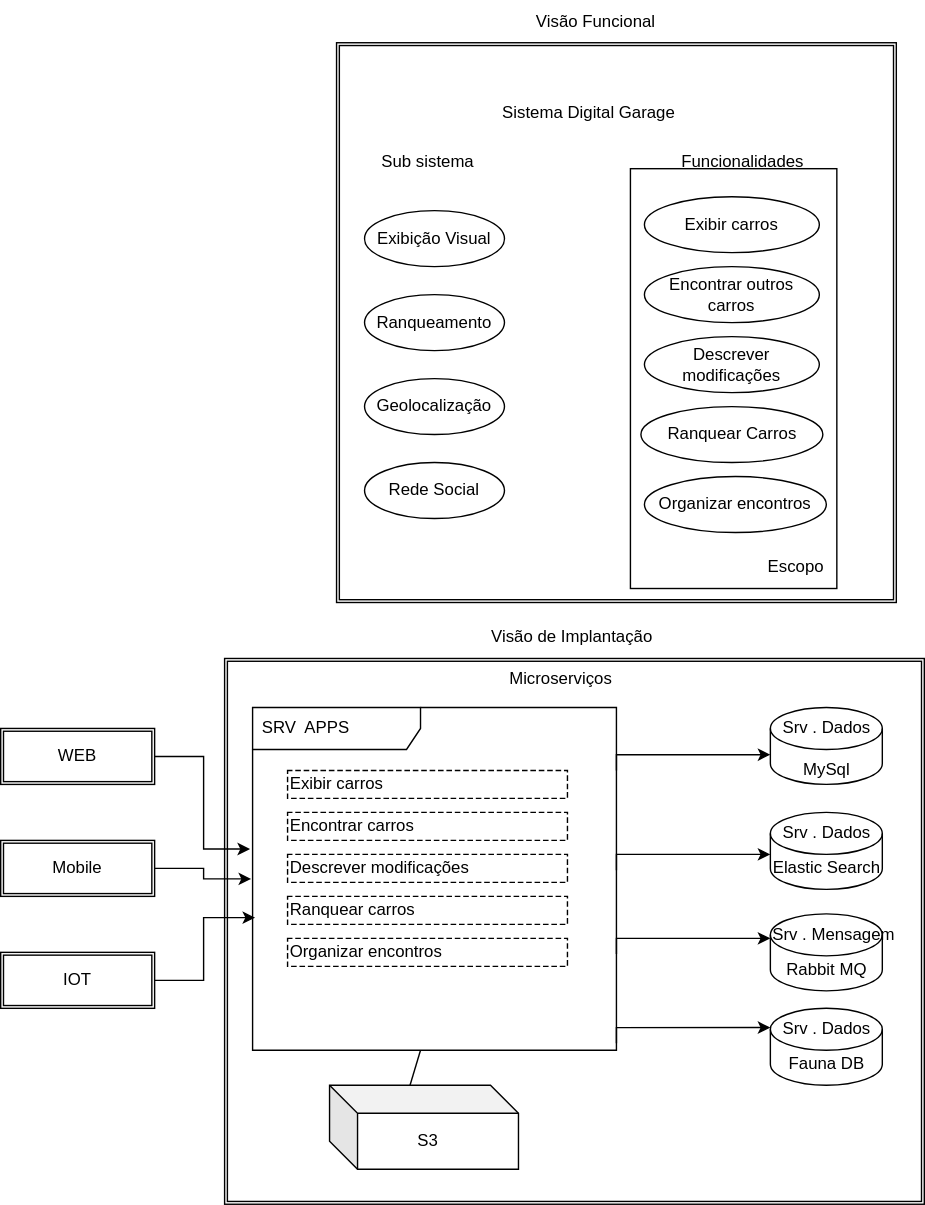
Above: Diagrama sem nome-Funcional / Implantação.drawio.svg in BrendonAlc/Arquitetura-de-Software (draw.io), before the change. Source tidied: cells renumbered, new cells last; positions are measured from the earlier drawing's top-left corner, leaving out a move shared by most shapes.
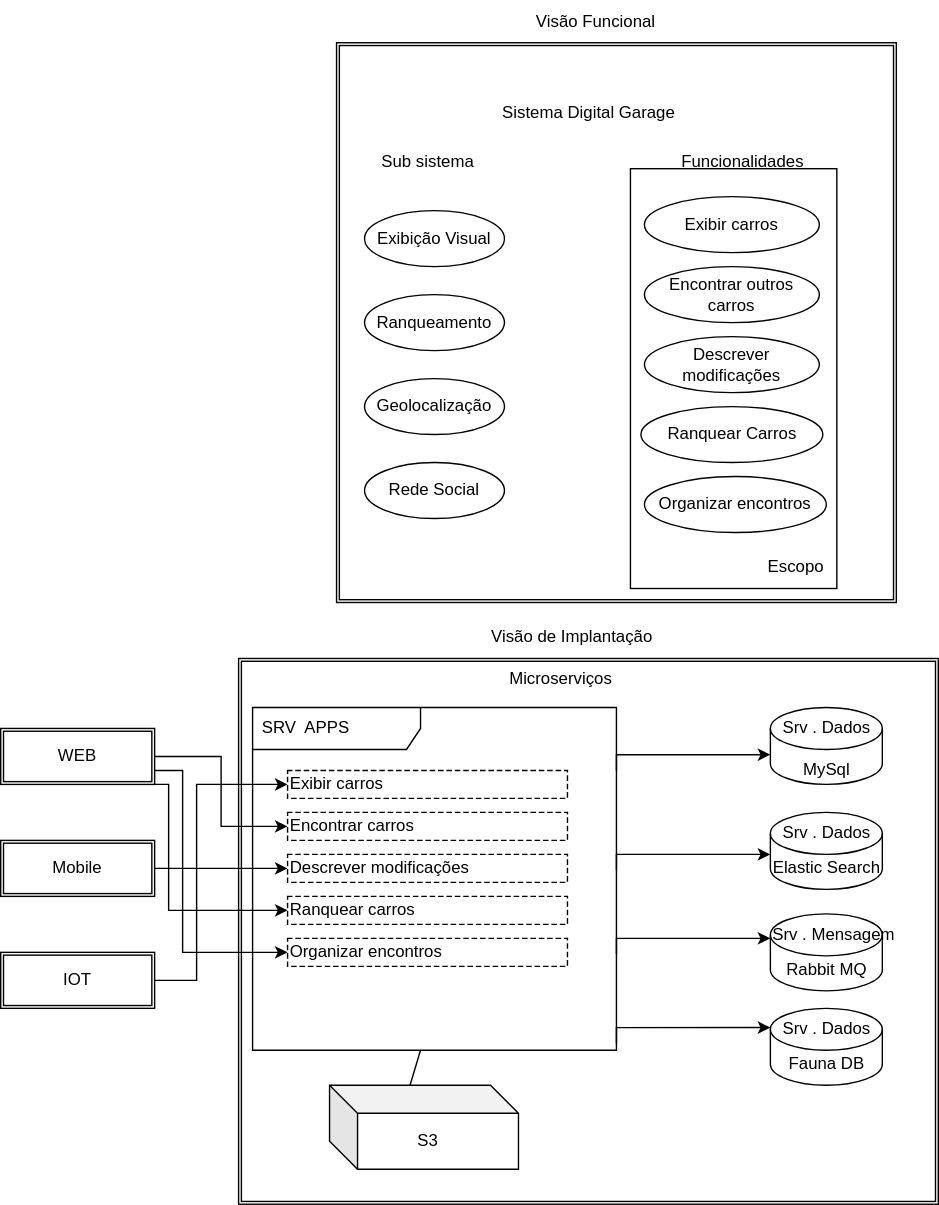
After the commit.

The edit, as a diff of the source:
```diff
@@ -27,7 +27,7 @@
       <mxGeometry x="260" y="270" width="100" height="40" as="geometry" />
     </mxCell>
     <mxCell id="10" style="shape=ext;double=1;rounded=0;whiteSpace=wrap;html=1;" parent="1" vertex="1">
-      <mxGeometry x="160" y="470" width="500" height="390" as="geometry" />
+      <mxGeometry x="170" y="470" width="500" height="390" as="geometry" />
     </mxCell>
     <mxCell id="11" value="Visão de Implantação" style="text;html=1;align=center;verticalAlign=middle;fillColor=none;strokeColor=none;rounded=0;" parent="1" vertex="1">
       <mxGeometry x="337.5" y="440" width="140" height="30" as="geometry" />
@@ -53,20 +53,30 @@
     <mxCell id="18" value="Organizar encontros" style="shape=partialRectangle;html=1;top=1;align=left;dashed=1;" parent="1" vertex="1">
       <mxGeometry x="205" y="670" width="200" height="20" as="geometry" />
     </mxCell>
-    <mxCell id="19" style="edgeStyle=orthogonalEdgeStyle;rounded=0;jettySize=auto;html=1;entryX=-0.007;entryY=0.413;entryDx=0;entryDy=0;entryPerimeter=0;" parent="1" edge="1" source="20" target="13">
+    <mxCell id="19" style="edgeStyle=orthogonalEdgeStyle;rounded=0;jettySize=auto;html=1;entryX=0;entryY=0.5;entryDx=0;entryDy=0;" parent="1" edge="1" source="20" target="15">
       <mxGeometry relative="1" as="geometry" />
     </mxCell>
     <mxCell id="20" value="WEB" style="shape=ext;double=1;rounded=0;whiteSpace=wrap;html=1;" parent="1" vertex="1">
       <mxGeometry y="520" width="110" height="40" as="geometry" />
     </mxCell>
-    <mxCell id="21" style="edgeStyle=orthogonalEdgeStyle;rounded=0;jettySize=auto;html=1;exitX=1;exitY=0.5;exitDx=0;exitDy=0;entryX=-0.004;entryY=0.5;entryDx=0;entryDy=0;entryPerimeter=0;" parent="1" edge="1" source="22" target="13">
-      <mxGeometry relative="1" as="geometry" />
+    <mxCell id="21" style="edgeStyle=orthogonalEdgeStyle;rounded=0;jettySize=auto;html=1;exitX=1;exitY=0.5;exitDx=0;exitDy=0;entryX=0;entryY=0.5;entryDx=0;entryDy=0;" parent="1" edge="1" source="22" target="14">
+      <mxGeometry relative="1" as="geometry">
+        <Array as="points">
+          <mxPoint x="140" y="620" />
+          <mxPoint x="140" y="560" />
+        </Array>
+      </mxGeometry>
     </mxCell>
     <mxCell id="22" value="Mobile" style="shape=ext;double=1;rounded=0;whiteSpace=wrap;html=1;" parent="1" vertex="1">
       <mxGeometry y="600" width="110" height="40" as="geometry" />
     </mxCell>
-    <mxCell id="23" style="edgeStyle=orthogonalEdgeStyle;rounded=0;jettySize=auto;html=1;exitX=1;exitY=0.5;exitDx=0;exitDy=0;entryX=0.007;entryY=0.613;entryDx=0;entryDy=0;entryPerimeter=0;" parent="1" edge="1" source="24" target="13">
-      <mxGeometry relative="1" as="geometry" />
+    <mxCell id="23" style="edgeStyle=orthogonalEdgeStyle;rounded=0;jettySize=auto;html=1;exitX=1;exitY=0.5;exitDx=0;exitDy=0;entryX=0;entryY=0.5;entryDx=0;entryDy=0;" parent="1" edge="1" source="24" target="16">
+      <mxGeometry relative="1" as="geometry">
+        <Array as="points">
+          <mxPoint x="140" y="700" />
+          <mxPoint x="140" y="620" />
+        </Array>
+      </mxGeometry>
     </mxCell>
     <mxCell id="24" value="IOT" style="shape=ext;double=1;rounded=0;whiteSpace=wrap;html=1;" parent="1" vertex="1">
       <mxGeometry y="680" width="110" height="40" as="geometry" />
@@ -177,5 +187,21 @@
     <mxCell id="51" value="Rede Social" style="ellipse;whiteSpace=wrap;html=1;align=center;" parent="1" vertex="1">
       <mxGeometry x="260" y="330" width="100" height="40" as="geometry" />
     </mxCell>
+    <mxCell id="52" style="edgeStyle=orthogonalEdgeStyle;rounded=0;jettySize=auto;html=1;exitX=1;exitY=0.75;exitDx=0;exitDy=0;entryX=0;entryY=0.5;entryDx=0;entryDy=0;" parent="1" edge="1" source="20" target="18">
+      <mxGeometry relative="1" as="geometry">
+        <Array as="points">
+          <mxPoint x="130" y="550" />
+          <mxPoint x="130" y="680" />
+        </Array>
+      </mxGeometry>
+    </mxCell>
+    <mxCell id="53" style="edgeStyle=orthogonalEdgeStyle;rounded=0;jettySize=auto;html=1;entryX=0;entryY=0.5;entryDx=0;entryDy=0;exitX=1;exitY=1;exitDx=0;exitDy=0;" parent="1" edge="1" source="20" target="17">
+      <mxGeometry relative="1" as="geometry">
+        <Array as="points">
+          <mxPoint x="120" y="560" />
+          <mxPoint x="120" y="650" />
+        </Array>
+      </mxGeometry>
+    </mxCell>
   </root>
 </mxGraphModel>
```
